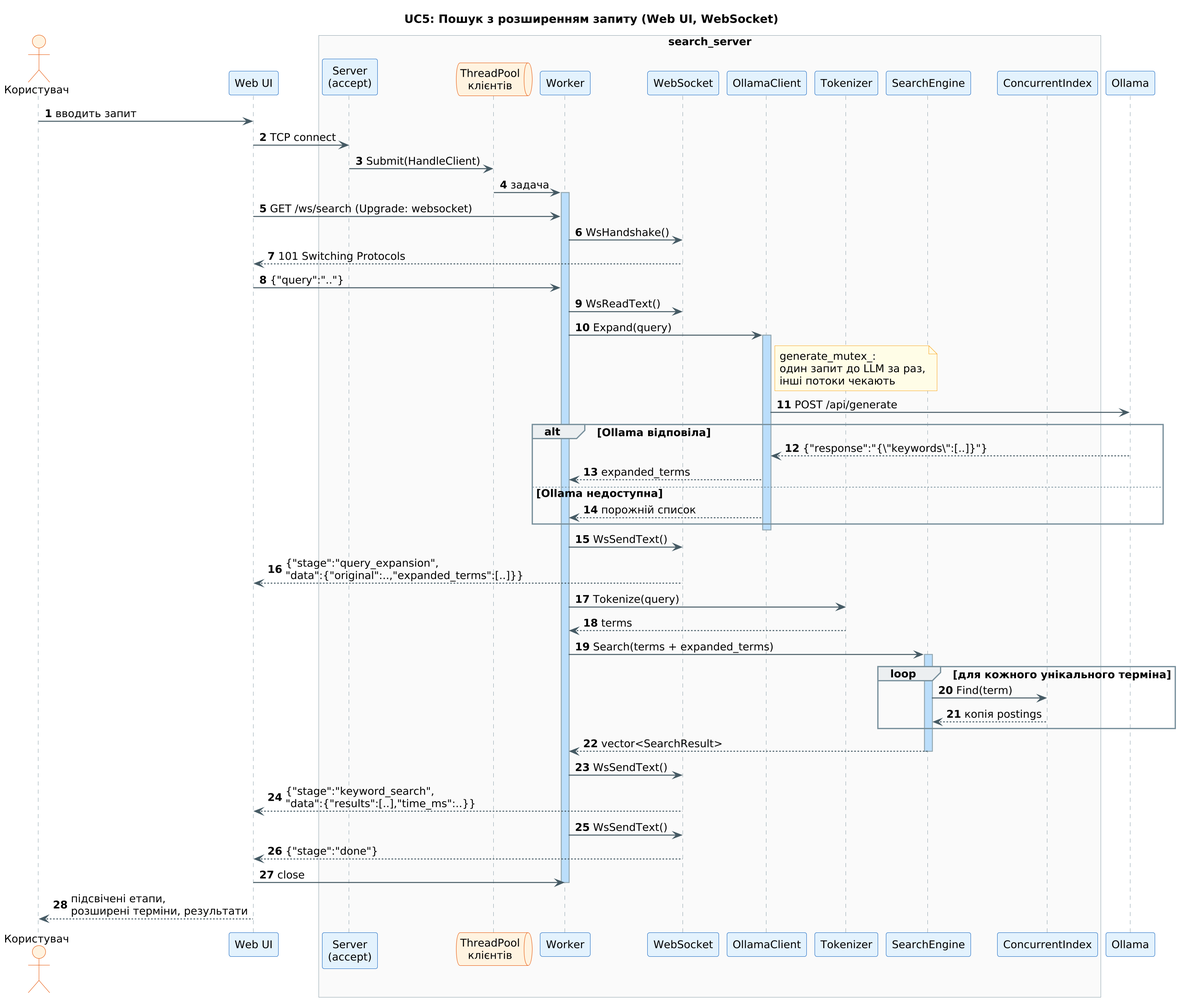
The PlantUML diagram docs/uml/seq_search_ws.png in vlb103/parallel-search-engine, before a commit.
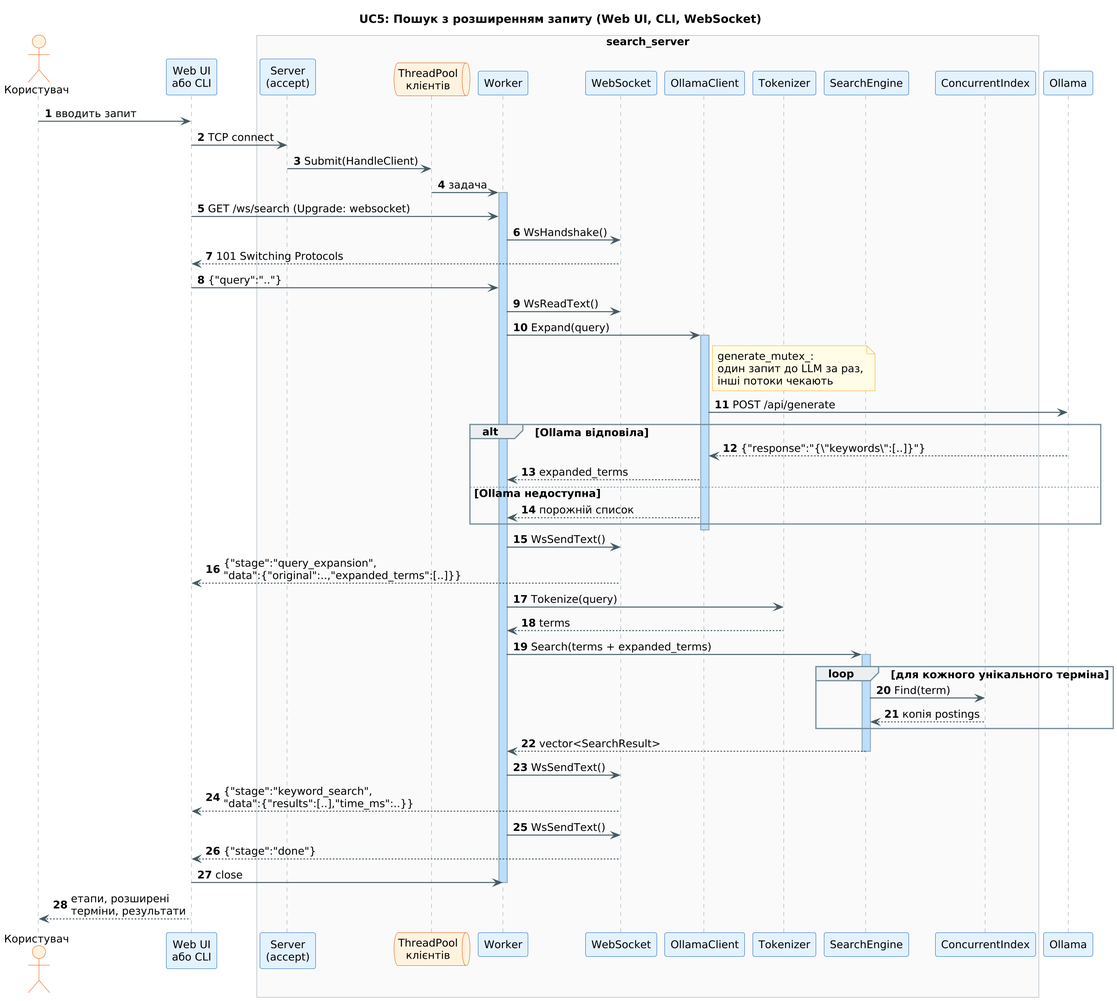
The same diagram one commit later.

Commit message:
docs(uml): show cli in websocket pipeline

Diff of the diagram source:
```diff
@@ -1,10 +1,10 @@
 @startuml seq_search_ws
 !include style.iuml
 autonumber
-title UC5: Пошук з розширенням запиту (Web UI, WebSocket)
+title UC5: Пошук з розширенням запиту (Web UI, CLI, WebSocket)
 
 actor "Користувач" as User
-participant "Web UI" as Ui
+participant "Web UI\nабо CLI" as Ui
 box "search_server" #FAFAFA
   participant "Server\n(accept)" as Server
   queue "ThreadPool\nклієнтів" as Pool
@@ -59,5 +59,5 @@
 Ws --> Ui : {"stage":"done"}
 Ui -> Worker : close
 deactivate Worker
-Ui --> User : підсвічені етапи,\nрозширені терміни, результати
+Ui --> User : етапи, розширені\nтерміни, результати
 @enduml
```
